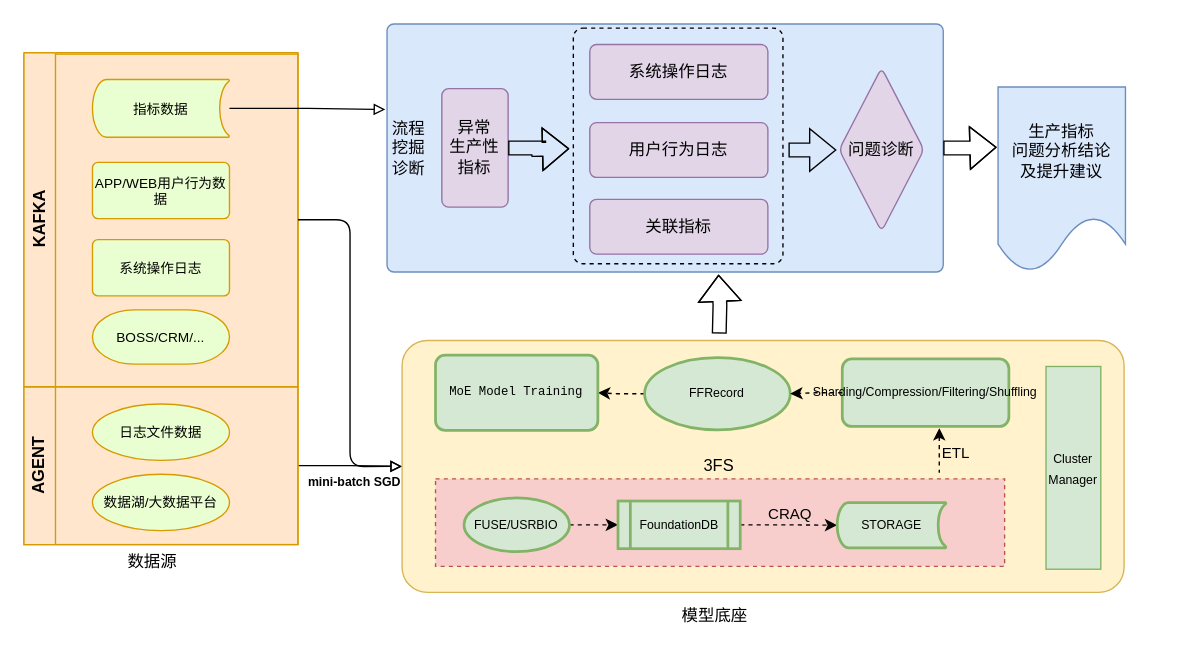
Above: 江西全息平台.drawio in qingchuang12/draw.io (draw.io), before the change. Source tidied: cells renumbered, new cells numbered last; positions are measured from the earlier drawing's top-left corner, leaving out a move shared by most shapes. Both pictures are drawn from the tidied source at 137%, with x=0, y=0 at pixel (23, 23).
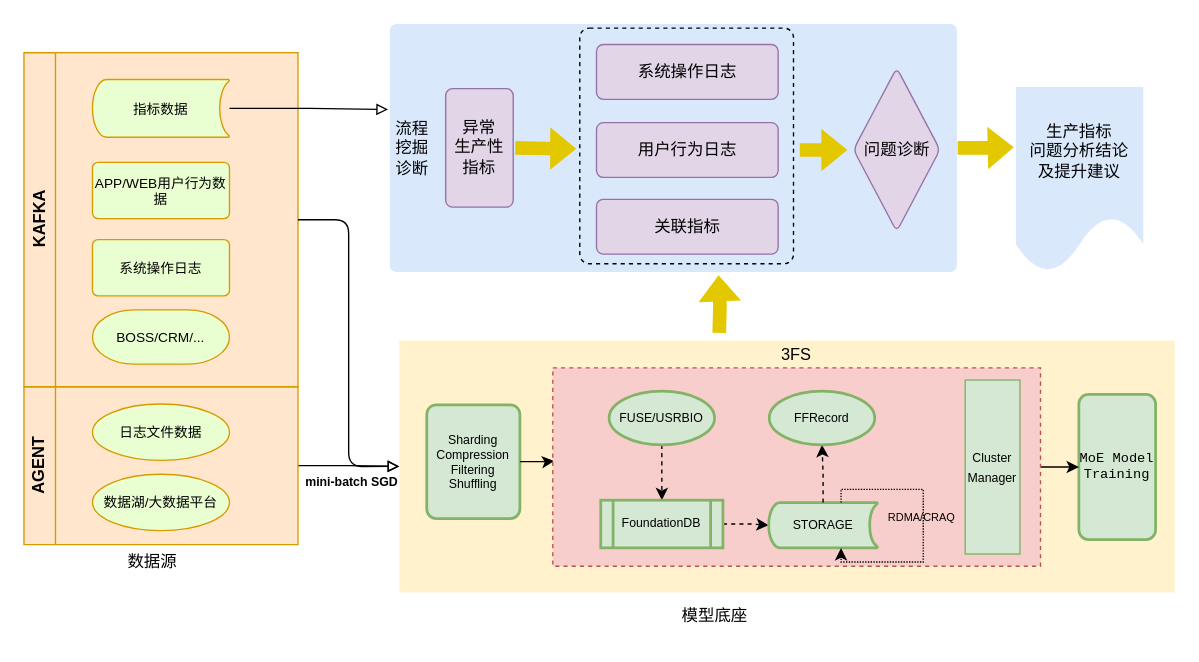
After the change.

Commit message:
更新江西全息平台.drawio

Unchanged cells that the change refers to:
```xml
<mxCell id="9" value="指标数据" style="strokeWidth=1;html=1;shape=mxgraph.flowchart.stored_data;whiteSpace=wrap;flipV=1;fontSize=10;fillColor=#EAFFD1;strokeColor=#d79b00;" parent="7" vertex="1">
  <mxGeometry x="50" y="19.5" width="100" height="42.2" as="geometry" />
</mxCell>
```

What changed in the source:
```diff
@@
-    <mxCell id="3" style="group;fillColor=#ffe6cc;strokeColor=#d79b00;" parent="1" vertex="1">
+    <mxCell id="3" style="group;fillColor=#ffe6cc;strokeColor=none;" parent="1" vertex="1">
       <mxGeometry y="22" width="200" height="358" as="geometry" />
     </mxCell>
@@
-    <mxCell id="14" style="rounded=1;absoluteArcSize=1;html=1;arcSize=10;fillColor=#dae8fc;strokeColor=#6c8ebf;" parent="1" vertex="1">
-      <mxGeometry x="265" width="406" height="181" as="geometry" />
+    <mxCell id="14" style="rounded=1;absoluteArcSize=1;html=1;arcSize=10;fillColor=#dae8fc;strokeColor=none;" parent="1" vertex="1">
+      <mxGeometry x="267" width="414" height="181" as="geometry" />
     </mxCell>
     <mxCell id="15" value="&lt;div&gt;流程挖掘诊断&lt;/div&gt;" style="html=1;shape=mxgraph.er.anchor;whiteSpace=wrap;" parent="14" vertex="1">
-      <mxGeometry width="32" height="181" as="geometry" />
+      <mxGeometry width="32.6" height="181" as="geometry" />
     </mxCell>
     <mxCell id="16" style="edgeStyle=orthogonalEdgeStyle;rounded=0;orthogonalLoop=1;jettySize=auto;html=1;" parent="14" edge="1">
       <mxGeometry relative="1" as="geometry">
-        <mxPoint x="232.8" y="90.6" as="sourcePoint" />
+        <mxPoint x="237.4" y="90.6" as="sourcePoint" />
       </mxGeometry>
     </mxCell>
     <mxCell id="17" value="&lt;div&gt;异常&lt;/div&gt;&lt;div&gt;生产性指标&lt;/div&gt;" style="rounded=1;absoluteArcSize=1;html=1;arcSize=10;whiteSpace=wrap;points=[];strokeColor=#9673a6;fillColor=#e1d5e7;" parent="14" vertex="1">
-      <mxGeometry x="40" y="47.2" width="48.4" height="86.5" as="geometry" />
+      <mxGeometry x="40.8" y="47.2" width="49.3" height="86.5" as="geometry" />
     </mxCell>
     <mxCell id="18" value="问题诊断" style="rhombus;whiteSpace=wrap;html=1;fillColor=#e1d5e7;strokeColor=#9673a6;rounded=1;absoluteArcSize=1;arcSize=10;" parent="14" vertex="1">
-      <mxGeometry x="330" y="32" width="61.9" height="119.5" as="geometry" />
+      <mxGeometry x="338.5" y="32" width="63.1" height="119.5" as="geometry" />
     </mxCell>
     <mxCell id="19" value="系统操作日志" style="rounded=1;absoluteArcSize=1;html=1;arcSize=10;whiteSpace=wrap;strokeColor=#9673a6;fillColor=#e1d5e7;" parent="14" vertex="1">
-      <mxGeometry x="148" y="15" width="130" height="40" as="geometry" />
+      <mxGeometry x="150.9" y="15" width="132.6" height="40" as="geometry" />
     </mxCell>
     <mxCell id="20" style="rounded=1;whiteSpace=wrap;html=1;absoluteArcSize=1;arcSize=14;strokeWidth=1;dashed=1;fillColor=none;" parent="14" vertex="1">
-      <mxGeometry x="136" y="3" width="153" height="172" as="geometry" />
+      <mxGeometry x="138.7" y="3" width="156" height="172" as="geometry" />
     </mxCell>
-    <mxCell id="21" style="edgeStyle=orthogonalEdgeStyle;rounded=0;orthogonalLoop=1;jettySize=auto;html=1;shape=flexArrow;" parent="14" edge="1">
+    <mxCell id="21" style="edgeStyle=orthogonalEdgeStyle;rounded=0;orthogonalLoop=1;jettySize=auto;html=1;shape=flexArrow;fillColor=#e3c800;strokeColor=none;" parent="14" edge="1">
       <mxGeometry relative="1" as="geometry">
-        <mxPoint x="293" y="92" as="sourcePoint" />
-        <mxPoint x="328" y="92" as="targetPoint" />
+        <mxPoint x="298.8" y="92" as="sourcePoint" />
+        <mxPoint x="334.5" y="92" as="targetPoint" />
       </mxGeometry>
     </mxCell>
     <mxCell id="22" value="用户行为日志" style="rounded=1;absoluteArcSize=1;html=1;arcSize=10;whiteSpace=wrap;strokeColor=#9673a6;fillColor=#e1d5e7;" parent="14" vertex="1">
-      <mxGeometry x="148" y="72" width="130" height="40" as="geometry" />
+      <mxGeometry x="150.9" y="72" width="132.6" height="40" as="geometry" />
     </mxCell>
     <mxCell id="23" value="关联指标" style="rounded=1;absoluteArcSize=1;html=1;arcSize=10;whiteSpace=wrap;strokeColor=#9673a6;fillColor=#e1d5e7;" parent="14" vertex="1">
-      <mxGeometry x="148" y="128" width="130" height="40" as="geometry" />
+      <mxGeometry x="150.9" y="128" width="132.6" height="40" as="geometry" />
     </mxCell>
-    <mxCell id="24" style="edgeStyle=orthogonalEdgeStyle;rounded=0;jettySize=auto;html=1;shape=flexArrow;" parent="14" edge="1" source="17">
+    <mxCell id="24" style="edgeStyle=orthogonalEdgeStyle;rounded=0;orthogonalLoop=1;jettySize=auto;html=1;shape=flexArrow;fillColor=#e3c800;strokeColor=none;" parent="14" edge="1">
       <mxGeometry relative="1" as="geometry">
-        <mxPoint x="133" y="91" as="targetPoint" />
+        <mxPoint x="91.1" y="90.4" as="sourcePoint" />
+        <mxPoint x="136.6" y="91" as="targetPoint" />
       </mxGeometry>
     </mxCell>
-    <mxCell id="25" style="edgeStyle=orthogonalEdgeStyle;rounded=0;jettySize=auto;html=1;entryX=-0.011;entryY=0.326;entryDx=0;entryDy=0;entryPerimeter=0;shape=flexArrow;" parent="1" edge="1" source="14" target="26">
+    <mxCell id="25" style="edgeStyle=orthogonalEdgeStyle;rounded=0;jettySize=auto;html=1;entryX=-0.011;entryY=0.326;entryDx=0;entryDy=0;entryPerimeter=0;shape=flexArrow;fillColor=#e3c800;strokeColor=none;" parent="1" edge="1" source="14" target="26">
       <mxGeometry relative="1" as="geometry" />
     </mxCell>
-    <mxCell id="26" value="&lt;div&gt;生产指标&lt;/div&gt;&lt;div&gt;问题分析结论&lt;/div&gt;&lt;div&gt;及提升建议&lt;/div&gt;" style="shape=document;whiteSpace=wrap;html=1;boundedLbl=1;fillColor=#dae8fc;strokeColor=#6c8ebf;rounded=1;absoluteArcSize=1;arcSize=10;" parent="1" vertex="1">
-      <mxGeometry x="711" y="46" width="93" height="135" as="geometry" />
+    <mxCell id="26" value="&lt;div&gt;生产指标&lt;/div&gt;&lt;div&gt;问题分析结论&lt;/div&gt;&lt;div&gt;及提升建议&lt;/div&gt;" style="shape=document;whiteSpace=wrap;html=1;boundedLbl=1;fillColor=#dae8fc;strokeColor=none;rounded=1;absoluteArcSize=1;arcSize=10;" parent="1" vertex="1">
+      <mxGeometry x="724" y="46" width="93" height="135" as="geometry" />
     </mxCell>
@@
-    <mxCell id="28" style="edgeStyle=orthogonalEdgeStyle;rounded=0;orthogonalLoop=1;jettySize=auto;html=1;shape=flexArrow;" parent="1" edge="1">
+    <mxCell id="28" style="edgeStyle=orthogonalEdgeStyle;rounded=0;orthogonalLoop=1;jettySize=auto;html=1;shape=flexArrow;fillColor=#e3c800;strokeColor=none;" parent="1" edge="1">
       <mxGeometry relative="1" as="geometry">
         <mxPoint x="507.5" y="226" as="sourcePoint" />
         <mxPoint x="507" y="183" as="targetPoint" />
       </mxGeometry>
     </mxCell>
-    <mxCell id="29" style="rounded=1;arcSize=10;whiteSpace=wrap;html=1;align=center;labelBackgroundColor=#EAFFF9;fillColor=#fff2cc;strokeColor=#d6b656;" parent="1" vertex="1">
-      <mxGeometry x="276" y="231" width="527" height="183.9" as="geometry" />
+    <mxCell id="29" style="rounded=0;arcSize=10;whiteSpace=wrap;html=1;align=center;labelBackgroundColor=#EAFFF9;fillColor=#fff2cc;strokeColor=none;" parent="1" vertex="1">
+      <mxGeometry x="274" y="231" width="566" height="183.9" as="geometry" />
     </mxCell>
@@
-    <mxCell id="31" style="group;" parent="1" vertex="1">
-      <mxGeometry x="300.4" y="241.7" width="418.4" height="154.2" as="geometry" />
-    </mxCell>
+    <mxCell id="47" style="edgeStyle=orthogonalEdgeStyle;rounded=0;jettySize=auto;html=1;entryX=-0.003;entryY=0.345;entryDx=0;entryDy=0;entryPerimeter=0;endArrow=block;endFill=0;" parent="1" edge="1" source="9" target="14">
+      <mxGeometry relative="1" as="geometry" />
+    </mxCell>
+    <mxCell id="41" value="&lt;div&gt;Sharding&lt;/div&gt;&lt;div&gt;Compression&lt;/div&gt;&lt;div&gt;Filtering&lt;/div&gt;&lt;div&gt;Shuffling&lt;/div&gt;" style="rounded=1;whiteSpace=wrap;html=1;absoluteArcSize=1;arcSize=14;strokeWidth=2;fontSize=9;fontStyle=0;fillColor=#d5e8d4;strokeColor=#82b366;" parent="1" vertex="1">
+      <mxGeometry x="294" y="278" width="68" height="83" as="geometry" />
+    </mxCell>
+    <mxCell id="44" value="&lt;pre&gt;&lt;div&gt;&lt;font style=&quot;font-size: 10px;&quot;&gt;&lt;span&gt;MoE Model&lt;/span&gt;&lt;/font&gt;&lt;/div&gt;&lt;div&gt;&lt;font style=&quot;font-size: 10px;&quot;&gt;&lt;span&gt;Training&lt;/span&gt;&lt;/font&gt;&lt;/div&gt;&lt;/pre&gt;" style="rounded=1;whiteSpace=wrap;html=1;absoluteArcSize=1;arcSize=14;strokeWidth=2;fontSize=9;fontStyle=0;fillColor=#d5e8d4;strokeColor=#82b366;" parent="1" vertex="1">
+      <mxGeometry x="770" y="270.4" width="56" height="106" as="geometry" />
+    </mxCell>
+    <mxCell id="48" style="edgeStyle=orthogonalEdgeStyle;rounded=0;jettySize=auto;html=1;entryX=0.003;entryY=0.47;entryDx=0;entryDy=0;entryPerimeter=0;" parent="1" edge="1" source="41" target="32">
+      <mxGeometry relative="1" as="geometry" />
+    </mxCell>
+    <mxCell id="49" style="edgeStyle=orthogonalEdgeStyle;rounded=0;jettySize=auto;html=1;entryX=0;entryY=0.5;entryDx=0;entryDy=0;" parent="1" edge="1" source="32" target="44">
+      <mxGeometry relative="1" as="geometry" />
+    </mxCell>
+    <mxCell id="50" style="group;" parent="1" vertex="1">
+      <mxGeometry x="386" y="251" width="356" height="144.8" as="geometry" />
+    </mxCell>
-    <mxCell id="32" value="3FS" style="whiteSpace=wrap;html=1;align=center;labelPosition=center;verticalLabelPosition=top;verticalAlign=bottom;dashed=1;fillColor=#f8cecc;strokeColor=#b85450;" parent="31" vertex="1">
-      <mxGeometry y="90.3" width="415.4" height="63.9" as="geometry" />
+    <mxCell id="32" value="3FS" style="whiteSpace=wrap;html=1;align=center;labelPosition=center;verticalLabelPosition=top;verticalAlign=bottom;dashed=1;fillColor=#f8cecc;strokeColor=#b85450;" parent="50" vertex="1">
+      <mxGeometry width="356" height="144.8" as="geometry" />
     </mxCell>
-    <mxCell id="33" style="edgeStyle=orthogonalEdgeStyle;rounded=0;jettySize=auto;html=1;entryX=1;entryY=0.5;entryDx=0;entryDy=0;dashed=1;" parent="31" edge="1" source="34" target="44">
-      <mxGeometry relative="1" as="geometry" />
-    </mxCell>
-    <mxCell id="34" value="FFRecord" style="strokeWidth=2;html=1;shape=mxgraph.flowchart.start_1;whiteSpace=wrap;fontSize=9;fontStyle=0;fillColor=#d5e8d4;strokeColor=#82b366;" parent="31" vertex="1">
-      <mxGeometry x="152.6" y="1.8" width="106.3" height="52.7" as="geometry" />
-    </mxCell>
-    <mxCell id="35" style="edgeStyle=orthogonalEdgeStyle;rounded=0;jettySize=auto;html=1;dashed=1;" parent="31" edge="1" source="36" target="39">
+    <mxCell id="35" style="edgeStyle=orthogonalEdgeStyle;rounded=0;jettySize=auto;html=1;dashed=1;" parent="50" edge="1" source="36" target="39">
       <mxGeometry relative="1" as="geometry" />
     </mxCell>
-    <mxCell id="36" value="&lt;font&gt;FUSE/USRBIO&lt;/font&gt;" style="strokeWidth=2;html=1;shape=mxgraph.flowchart.start_1;whiteSpace=wrap;fontSize=9;fontStyle=0;fillColor=#d5e8d4;strokeColor=#82b366;" parent="31" vertex="1">
-      <mxGeometry x="20.8" y="104.3" width="77" height="39.2" as="geometry" />
+    <mxCell id="36" value="&lt;font&gt;FUSE/USRBIO&lt;/font&gt;" style="strokeWidth=2;html=1;shape=mxgraph.flowchart.start_1;whiteSpace=wrap;fontSize=9;fontStyle=0;fillColor=#d5e8d4;strokeColor=#82b366;" parent="50" vertex="1">
+      <mxGeometry x="41.1" y="17" width="77" height="39.2" as="geometry" />
     </mxCell>
-    <mxCell id="37" style="edgeStyle=orthogonalEdgeStyle;rounded=0;jettySize=auto;html=1;entryX=0;entryY=0.5;entryDx=0;entryDy=0;entryPerimeter=0;dashed=1;" parent="31" edge="1" source="39" target="40">
+    <mxCell id="37" style="edgeStyle=orthogonalEdgeStyle;rounded=0;jettySize=auto;html=1;entryX=0;entryY=0.5;entryDx=0;entryDy=0;entryPerimeter=0;dashed=1;" parent="50" edge="1" source="39" target="40">
       <mxGeometry relative="1" as="geometry" />
     </mxCell>
-    <mxCell id="38" value="CRAQ" style="edgeLabel;html=1;align=center;verticalAlign=middle;labelBackgroundColor=none;" parent="37" vertex="1">
-      <mxGeometry x="0.01" y="-2" relative="1" as="geometry">
-        <mxPoint y="-10" as="offset" />
-      </mxGeometry>
-    </mxCell>
-    <mxCell id="39" value="&lt;font&gt;FoundationDB&lt;/font&gt;" style="shape=process;whiteSpace=wrap;html=1;backgroundOutline=1;strokeWidth=2;fontSize=9;fontStyle=0;fillColor=#d5e8d4;strokeColor=#82b366;" parent="31" vertex="1">
-      <mxGeometry x="133.2" y="106.5" width="89.2" height="34.8" as="geometry" />
+    <mxCell id="39" value="&lt;font&gt;FoundationDB&lt;/font&gt;" style="shape=process;whiteSpace=wrap;html=1;backgroundOutline=1;strokeWidth=2;fontSize=9;fontStyle=0;fillColor=#d5e8d4;strokeColor=#82b366;" parent="50" vertex="1">
+      <mxGeometry x="35" y="96.6" width="89.2" height="34.8" as="geometry" />
     </mxCell>
-    <mxCell id="40" value="STORAGE" style="strokeWidth=2;html=1;shape=mxgraph.flowchart.stored_data;whiteSpace=wrap;fontSize=9;fontStyle=0;fillColor=#d5e8d4;strokeColor=#82b366;" parent="31" vertex="1">
-      <mxGeometry x="293.2" y="107.6" width="79.4" height="33.1" as="geometry" />
+    <mxCell id="40" value="STORAGE" style="strokeWidth=2;html=1;shape=mxgraph.flowchart.stored_data;whiteSpace=wrap;fontSize=9;fontStyle=0;fillColor=#d5e8d4;strokeColor=#82b366;" parent="50" vertex="1">
+      <mxGeometry x="157.6" y="98.3" width="79.4" height="33.1" as="geometry" />
     </mxCell>
-    <mxCell id="41" value="Sharding/Compression/Filtering/Shuffling" style="rounded=1;whiteSpace=wrap;html=1;absoluteArcSize=1;arcSize=14;strokeWidth=2;fontSize=9;fontStyle=0;fillColor=#d5e8d4;strokeColor=#82b366;" parent="31" vertex="1">
-      <mxGeometry x="296.9" y="2.8" width="121.6" height="49.3" as="geometry" />
-    </mxCell>
-    <mxCell id="42" style="edgeStyle=orthogonalEdgeStyle;rounded=0;orthogonalLoop=1;jettySize=auto;html=1;startArrow=classic;startFill=1;endArrow=none;endFill=0;dashed=1;" parent="31" edge="1">
-      <mxGeometry relative="1" as="geometry">
-        <mxPoint x="367.7" y="53.3" as="sourcePoint" />
-        <mxPoint x="367.7" y="85.8" as="targetPoint" />
-      </mxGeometry>
-    </mxCell>
-    <mxCell id="43" value="&lt;div&gt;ETL&lt;/div&gt;" style="edgeLabel;html=1;align=center;verticalAlign=middle;labelBackgroundColor=none;" parent="42" vertex="1">
-      <mxGeometry x="-0.14" y="-1" relative="1" as="geometry">
-        <mxPoint x="12" y="3" as="offset" />
-      </mxGeometry>
-    </mxCell>
-    <mxCell id="44" value="&lt;pre&gt;&lt;div&gt;&lt;span&gt;MoE Model &lt;/span&gt;&lt;span&gt;Training&lt;/span&gt;&lt;/div&gt;&lt;/pre&gt;" style="rounded=1;whiteSpace=wrap;html=1;absoluteArcSize=1;arcSize=14;strokeWidth=2;fontSize=9;fontStyle=0;fillColor=#d5e8d4;strokeColor=#82b366;" parent="31" vertex="1">
-      <mxGeometry width="118.5" height="54.9" as="geometry" />
-    </mxCell>
-    <mxCell id="45" style="edgeStyle=orthogonalEdgeStyle;rounded=0;jettySize=auto;html=1;entryX=1;entryY=0.5;entryDx=0;entryDy=0;entryPerimeter=0;dashed=1;" parent="31" edge="1" source="41" target="34">
-      <mxGeometry relative="1" as="geometry" />
-    </mxCell>
+    <mxCell id="51" style="edgeStyle=orthogonalEdgeStyle;rounded=0;orthogonalLoop=1;jettySize=auto;html=1;entryX=0.665;entryY=1.005;entryDx=0;entryDy=0;entryPerimeter=0;dashed=1;dashPattern=1 1;" parent="50" edge="1" source="40" target="40">
+      <mxGeometry relative="1" as="geometry">
+        <Array as="points">
+          <mxPoint x="210.4" y="88.7" />
+          <mxPoint x="270.4" y="88.7" />
+          <mxPoint x="270.4" y="141.7" />
+          <mxPoint x="210.4" y="141.7" />
+        </Array>
+      </mxGeometry>
+    </mxCell>
+    <mxCell id="52" value="&lt;font style=&quot;font-size: 8px;&quot;&gt;RDMA/&lt;/font&gt;&lt;font style=&quot;font-size: 8px;&quot;&gt;&lt;font&gt;CRAQ&lt;/font&gt;&lt;/font&gt;" style="edgeLabel;html=1;align=center;verticalAlign=middle;labelBackgroundColor=none;" parent="51" vertex="1">
+      <mxGeometry x="-0.01" relative="1" as="geometry">
+        <mxPoint x="-2" y="-7" as="offset" />
+      </mxGeometry>
+    </mxCell>
+    <mxCell id="53" style="edgeStyle=orthogonalEdgeStyle;rounded=0;jettySize=auto;html=1;entryX=0.5;entryY=1;entryDx=0;entryDy=0;entryPerimeter=0;dashed=1;" parent="50" edge="1" source="40" target="34">
+      <mxGeometry relative="1" as="geometry" />
+    </mxCell>
+    <mxCell id="34" value="&lt;h4 id=&quot;heading13&quot;&gt;&lt;span style=&quot;font-weight: normal;&quot;&gt;FFRecord&lt;/span&gt;&lt;/h4&gt;" style="strokeWidth=2;html=1;shape=mxgraph.flowchart.start_1;whiteSpace=wrap;fontSize=9;fontStyle=0;fillColor=#d5e8d4;strokeColor=#82b366;" parent="50" vertex="1">
+      <mxGeometry x="158" y="17" width="77" height="39.2" as="geometry" />
+    </mxCell>
-    <mxCell id="46" value="&lt;font style=&quot;font-size: 9px;&quot;&gt;&lt;span&gt;Cluster &lt;/span&gt;&lt;span&gt;Manager&lt;/span&gt;&lt;/font&gt;" style="whiteSpace=wrap;html=1;align=center;flipV=0;direction=south;fillColor=#d5e8d4;strokeColor=#82b366;" parent="1" vertex="1">
-      <mxGeometry x="746" y="250" width="40" height="148" as="geometry" />
+    <mxCell id="46" value="&lt;font style=&quot;font-size: 9px;&quot;&gt;&lt;span&gt;Cluster &lt;/span&gt;&lt;span&gt;Manager&lt;/span&gt;&lt;/font&gt;" style="whiteSpace=wrap;html=1;align=center;flipV=0;direction=south;fillColor=#d5e8d4;strokeColor=#82b366;" parent="50" vertex="1">
+      <mxGeometry x="301" y="8.9" width="40" height="127" as="geometry" />
     </mxCell>
-    <mxCell id="47" style="edgeStyle=orthogonalEdgeStyle;rounded=0;jettySize=auto;html=1;entryX=-0.003;entryY=0.345;entryDx=0;entryDy=0;entryPerimeter=0;endArrow=block;endFill=0;" parent="1" edge="1" source="9" target="14">
-      <mxGeometry relative="1" as="geometry" />
-    </mxCell>
```
